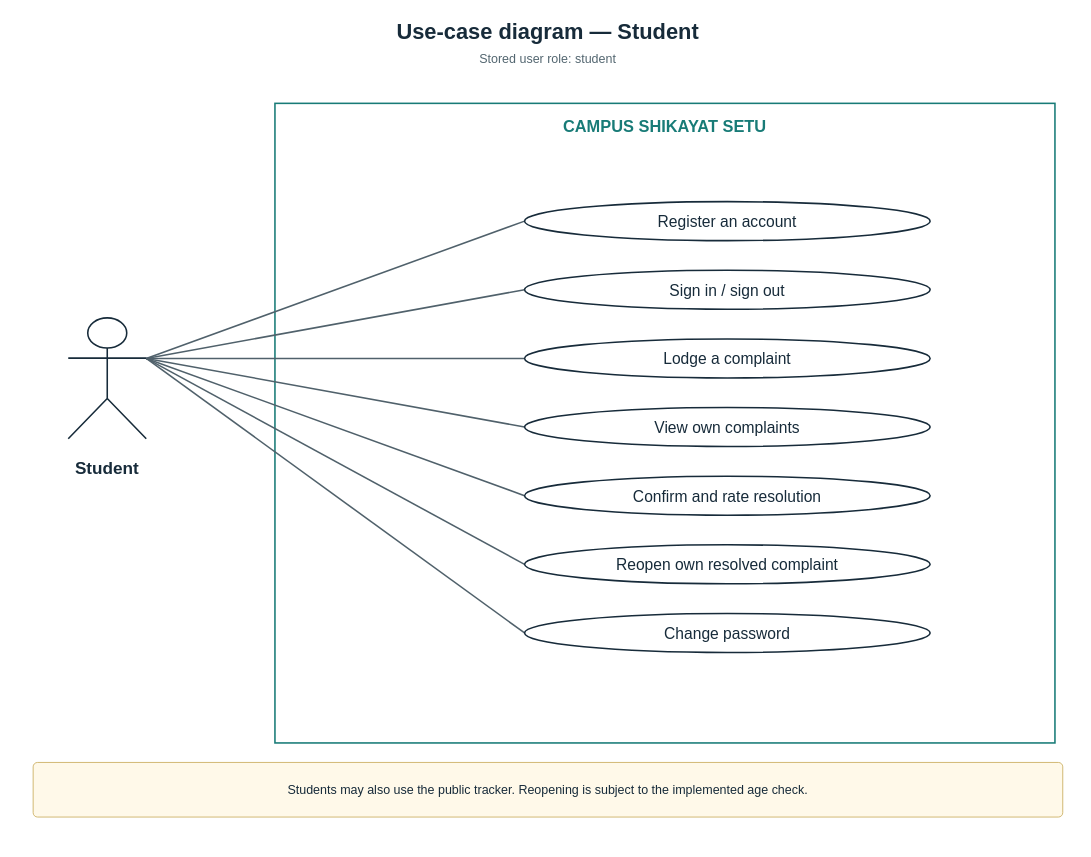
This is page "Student" (1 of 4) of shikayat-setu/report/diagrams/fig-usecase.drawio from Yashwant-git392/Yashwant-git392, a draw.io file, before an edit. Source tidied: cells renumbered, new cells numbered last; positions are measured from the earlier drawing's top-left corner, leaving out a move shared by most shapes. Both pictures are drawn from the tidied source at 78%, with x=0, y=0 at pixel (17, 13).
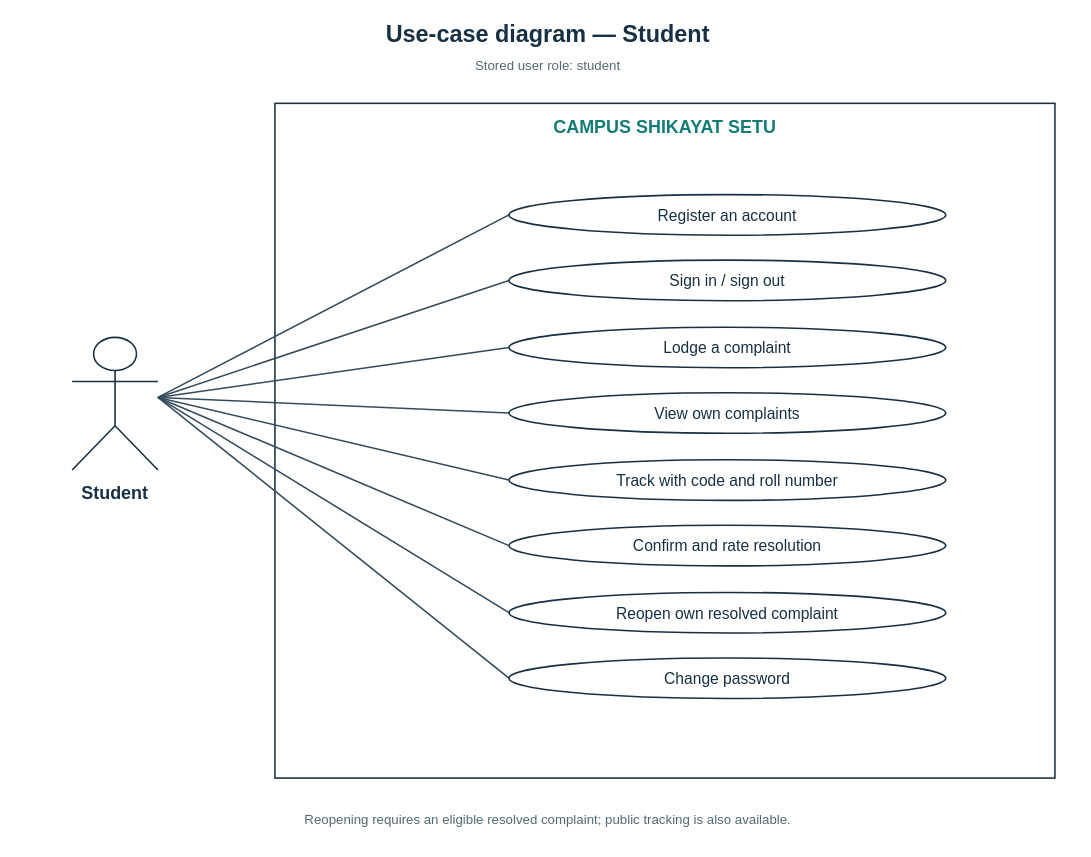
The same page after the edit.

Diff of the diagram source:
```diff
@@
-    <mxCell id="2" value="Use-case diagram — Student" style="text;html=1;align=center;verticalAlign=middle;whiteSpace=wrap;rounded=0;strokeColor=none;fillColor=none;fontFamily=Arial;fontSize=28;fontStyle=1;fontColor=#172b3a;" parent="1" vertex="1">
-      <mxGeometry x="10" width="1340" height="45" as="geometry" />
+    <mxCell id="2" value="Use-case diagram — Student" style="text;html=0;align=center;verticalAlign=middle;whiteSpace=wrap;strokeColor=none;fillColor=none;fontFamily=Arial;fontSize=30;fontColor=#183044;fontStyle=1;" parent="1" vertex="1">
+      <mxGeometry x="10" y="2" width="1340" height="48" as="geometry" />
     </mxCell>
-    <mxCell id="3" value="Stored user role: student" style="text;html=1;align=center;verticalAlign=middle;whiteSpace=wrap;rounded=0;strokeColor=none;fillColor=none;fontFamily=Arial;fontSize=16;fontStyle=0;fontColor=#536670;" parent="1" vertex="1">
-      <mxGeometry x="10" y="43" width="1340" height="30" as="geometry" />
+    <mxCell id="3" value="Stored user role: student" style="text;html=0;align=center;verticalAlign=middle;whiteSpace=wrap;strokeColor=none;fillColor=none;fontFamily=Arial;fontSize=17;fontColor=#536875;fontStyle=0;" parent="1" vertex="1">
+      <mxGeometry x="10" y="52" width="1340" height="32" as="geometry" />
     </mxCell>
-    <mxCell id="4" style="rounded=0;fillColor=#ffffff;strokeColor=#187b77;strokeWidth=2;" parent="1" vertex="1">
-      <mxGeometry x="330" y="115" width="1000" height="820" as="geometry" />
+    <mxCell id="4" style="rounded=0;whiteSpace=wrap;html=0;fillColor=white;strokeColor=#183044;strokeWidth=2;fontFamily=Arial;fontSize=20;fontColor=#183044;fontStyle=0;align=center;verticalAlign=middle;" parent="1" vertex="1">
+      <mxGeometry x="330" y="115" width="1000" height="865" as="geometry" />
     </mxCell>
-    <mxCell id="5" value="CAMPUS SHIKAYAT SETU" style="text;html=1;align=center;verticalAlign=middle;whiteSpace=wrap;rounded=0;strokeColor=none;fillColor=none;fontFamily=Arial;fontSize=21;fontStyle=1;fontColor=#187b77;" parent="1" vertex="1">
-      <mxGeometry x="600" y="126" width="460" height="36" as="geometry" />
+    <mxCell id="5" value="CAMPUS SHIKAYAT SETU" style="text;html=0;align=center;verticalAlign=middle;whiteSpace=wrap;strokeColor=none;fillColor=none;fontFamily=Arial;fontSize=23;fontColor=#147b75;fontStyle=1;" parent="1" vertex="1">
+      <mxGeometry x="490" y="125" width="680" height="40" as="geometry" />
     </mxCell>
-    <mxCell id="6" style="shape=umlActor;html=1;strokeColor=#172b3a;strokeWidth=2;" parent="1" vertex="1">
-      <mxGeometry x="65" y="390" width="100" height="155" as="geometry" />
+    <mxCell id="6" style="shape=umlActor;html=0;fillColor=white;strokeColor=#183044;strokeWidth=2;" parent="1" vertex="1">
+      <mxGeometry x="70" y="415" width="110" height="170" as="geometry" />
     </mxCell>
-    <mxCell id="7" value="Student" style="text;html=1;align=center;verticalAlign=middle;whiteSpace=wrap;rounded=0;strokeColor=none;fillColor=none;fontFamily=Arial;fontSize=22;fontStyle=1;fontColor=#172b3a;" parent="1" vertex="1">
-      <mxGeometry y="565" width="230" height="38" as="geometry" />
+    <mxCell id="7" value="Student" style="text;html=0;align=center;verticalAlign=middle;whiteSpace=wrap;strokeColor=none;fillColor=none;fontFamily=Arial;fontSize=23;fontColor=#183044;fontStyle=1;" parent="1" vertex="1">
+      <mxGeometry x="-5" y="595" width="260" height="40" as="geometry" />
     </mxCell>
-    <mxCell id="8" style="edgeStyle=none;rounded=0;html=1;strokeColor=#50616b;strokeWidth=2;endArrow=none;endFill=1;dashed=0;" parent="1" edge="1">
+    <mxCell id="8" style="edgeStyle=none;rounded=0;strokeColor=#344b5c;strokeWidth=2;endArrow=none;endFill=0;dashed=0;" parent="1" edge="1">
       <mxGeometry relative="1" as="geometry">
-        <mxPoint x="165" y="442" as="sourcePoint" />
-        <mxPoint x="650" y="266" as="targetPoint" />
+        <mxPoint x="180" y="492" as="sourcePoint" />
+        <mxPoint x="630" y="258" as="targetPoint" />
       </mxGeometry>
     </mxCell>
-    <mxCell id="9" value="Register an account" style="ellipse;whiteSpace=wrap;html=1;fillColor=#ffffff;strokeColor=#172b3a;strokeWidth=2;fontFamily=Arial;fontSize=20;fontColor=#172b3a;" parent="1" vertex="1">
-      <mxGeometry x="650" y="241" width="520" height="50" as="geometry" />
+    <mxCell id="9" value="Register an account" style="ellipse;whiteSpace=wrap;html=0;fillColor=white;strokeColor=#183044;strokeWidth=2;fontFamily=Arial;fontSize=20;fontColor=#183044;fontStyle=0;align=center;verticalAlign=middle;" parent="1" vertex="1">
+      <mxGeometry x="630" y="232" width="560" height="52" as="geometry" />
     </mxCell>
-    <mxCell id="10" style="edgeStyle=none;rounded=0;html=1;strokeColor=#50616b;strokeWidth=2;endArrow=none;endFill=1;dashed=0;" parent="1" edge="1">
+    <mxCell id="10" style="edgeStyle=none;rounded=0;strokeColor=#344b5c;strokeWidth=2;endArrow=none;endFill=0;dashed=0;" parent="1" edge="1">
       <mxGeometry relative="1" as="geometry">
-        <mxPoint x="165" y="442" as="sourcePoint" />
-        <mxPoint x="650" y="354" as="targetPoint" />
+        <mxPoint x="180" y="492" as="sourcePoint" />
+        <mxPoint x="630" y="342" as="targetPoint" />
       </mxGeometry>
     </mxCell>
-    <mxCell id="11" value="Sign in / sign out" style="ellipse;whiteSpace=wrap;html=1;fillColor=#ffffff;strokeColor=#172b3a;strokeWidth=2;fontFamily=Arial;fontSize=20;fontColor=#172b3a;" parent="1" vertex="1">
-      <mxGeometry x="650" y="329" width="520" height="50" as="geometry" />
+    <mxCell id="11" value="Sign in / sign out" style="ellipse;whiteSpace=wrap;html=0;fillColor=white;strokeColor=#183044;strokeWidth=2;fontFamily=Arial;fontSize=20;fontColor=#183044;fontStyle=0;align=center;verticalAlign=middle;" parent="1" vertex="1">
+      <mxGeometry x="630" y="316" width="560" height="52" as="geometry" />
     </mxCell>
-    <mxCell id="12" style="edgeStyle=none;rounded=0;html=1;strokeColor=#50616b;strokeWidth=2;endArrow=none;endFill=1;dashed=0;" parent="1" edge="1">
+    <mxCell id="12" style="edgeStyle=none;rounded=0;strokeColor=#344b5c;strokeWidth=2;endArrow=none;endFill=0;dashed=0;" parent="1" edge="1">
       <mxGeometry relative="1" as="geometry">
-        <mxPoint x="165" y="442" as="sourcePoint" />
-        <mxPoint x="650" y="442" as="targetPoint" />
+        <mxPoint x="180" y="492" as="sourcePoint" />
+        <mxPoint x="630" y="428" as="targetPoint" />
       </mxGeometry>
     </mxCell>
-    <mxCell id="13" value="Lodge a complaint" style="ellipse;whiteSpace=wrap;html=1;fillColor=#ffffff;strokeColor=#172b3a;strokeWidth=2;fontFamily=Arial;fontSize=20;fontColor=#172b3a;" parent="1" vertex="1">
-      <mxGeometry x="650" y="417" width="520" height="50" as="geometry" />
+    <mxCell id="13" value="Lodge a complaint" style="ellipse;whiteSpace=wrap;html=0;fillColor=white;strokeColor=#183044;strokeWidth=2;fontFamily=Arial;fontSize=20;fontColor=#183044;fontStyle=0;align=center;verticalAlign=middle;" parent="1" vertex="1">
+      <mxGeometry x="630" y="402" width="560" height="52" as="geometry" />
     </mxCell>
-    <mxCell id="14" style="edgeStyle=none;rounded=0;html=1;strokeColor=#50616b;strokeWidth=2;endArrow=none;endFill=1;dashed=0;" parent="1" edge="1">
+    <mxCell id="14" style="edgeStyle=none;rounded=0;strokeColor=#344b5c;strokeWidth=2;endArrow=none;endFill=0;dashed=0;" parent="1" edge="1">
       <mxGeometry relative="1" as="geometry">
-        <mxPoint x="165" y="442" as="sourcePoint" />
-        <mxPoint x="650" y="530" as="targetPoint" />
+        <mxPoint x="180" y="492" as="sourcePoint" />
+        <mxPoint x="630" y="512" as="targetPoint" />
       </mxGeometry>
     </mxCell>
-    <mxCell id="15" value="View own complaints" style="ellipse;whiteSpace=wrap;html=1;fillColor=#ffffff;strokeColor=#172b3a;strokeWidth=2;fontFamily=Arial;fontSize=20;fontColor=#172b3a;" parent="1" vertex="1">
-      <mxGeometry x="650" y="505" width="520" height="50" as="geometry" />
+    <mxCell id="15" value="View own complaints" style="ellipse;whiteSpace=wrap;html=0;fillColor=white;strokeColor=#183044;strokeWidth=2;fontFamily=Arial;fontSize=20;fontColor=#183044;fontStyle=0;align=center;verticalAlign=middle;" parent="1" vertex="1">
+      <mxGeometry x="630" y="486" width="560" height="52" as="geometry" />
     </mxCell>
-    <mxCell id="16" style="edgeStyle=none;rounded=0;html=1;strokeColor=#50616b;strokeWidth=2;endArrow=none;endFill=1;dashed=0;" parent="1" edge="1">
+    <mxCell id="16" style="edgeStyle=none;rounded=0;strokeColor=#344b5c;strokeWidth=2;endArrow=none;endFill=0;dashed=0;" parent="1" edge="1">
       <mxGeometry relative="1" as="geometry">
-        <mxPoint x="165" y="442" as="sourcePoint" />
-        <mxPoint x="650" y="618" as="targetPoint" />
+        <mxPoint x="180" y="492" as="sourcePoint" />
+        <mxPoint x="630" y="598" as="targetPoint" />
       </mxGeometry>
     </mxCell>
-    <mxCell id="17" value="Confirm and rate resolution" style="ellipse;whiteSpace=wrap;html=1;fillColor=#ffffff;strokeColor=#172b3a;strokeWidth=2;fontFamily=Arial;fontSize=20;fontColor=#172b3a;" parent="1" vertex="1">
-      <mxGeometry x="650" y="593" width="520" height="50" as="geometry" />
+    <mxCell id="17" value="Track with code and roll number" style="ellipse;whiteSpace=wrap;html=0;fillColor=white;strokeColor=#183044;strokeWidth=2;fontFamily=Arial;fontSize=20;fontColor=#183044;fontStyle=0;align=center;verticalAlign=middle;" parent="1" vertex="1">
+      <mxGeometry x="630" y="572" width="560" height="52" as="geometry" />
     </mxCell>
-    <mxCell id="18" style="edgeStyle=none;rounded=0;html=1;strokeColor=#50616b;strokeWidth=2;endArrow=none;endFill=1;dashed=0;" parent="1" edge="1">
+    <mxCell id="18" style="edgeStyle=none;rounded=0;strokeColor=#344b5c;strokeWidth=2;endArrow=none;endFill=0;dashed=0;" parent="1" edge="1">
       <mxGeometry relative="1" as="geometry">
-        <mxPoint x="165" y="442" as="sourcePoint" />
-        <mxPoint x="650" y="706" as="targetPoint" />
+        <mxPoint x="180" y="492" as="sourcePoint" />
+        <mxPoint x="630" y="682" as="targetPoint" />
       </mxGeometry>
     </mxCell>
-    <mxCell id="19" value="Reopen own resolved complaint" style="ellipse;whiteSpace=wrap;html=1;fillColor=#ffffff;strokeColor=#172b3a;strokeWidth=2;fontFamily=Arial;fontSize=20;fontColor=#172b3a;" parent="1" vertex="1">
-      <mxGeometry x="650" y="681" width="520" height="50" as="geometry" />
+    <mxCell id="19" value="Confirm and rate resolution" style="ellipse;whiteSpace=wrap;html=0;fillColor=white;strokeColor=#183044;strokeWidth=2;fontFamily=Arial;fontSize=20;fontColor=#183044;fontStyle=0;align=center;verticalAlign=middle;" parent="1" vertex="1">
+      <mxGeometry x="630" y="656" width="560" height="52" as="geometry" />
     </mxCell>
-    <mxCell id="20" style="edgeStyle=none;rounded=0;html=1;strokeColor=#50616b;strokeWidth=2;endArrow=none;endFill=1;dashed=0;" parent="1" edge="1">
+    <mxCell id="20" style="edgeStyle=none;rounded=0;strokeColor=#344b5c;strokeWidth=2;endArrow=none;endFill=0;dashed=0;" parent="1" edge="1">
       <mxGeometry relative="1" as="geometry">
-        <mxPoint x="165" y="442" as="sourcePoint" />
-        <mxPoint x="650" y="794" as="targetPoint" />
+        <mxPoint x="180" y="492" as="sourcePoint" />
+        <mxPoint x="630" y="768" as="targetPoint" />
       </mxGeometry>
     </mxCell>
-    <mxCell id="21" value="Change password" style="ellipse;whiteSpace=wrap;html=1;fillColor=#ffffff;strokeColor=#172b3a;strokeWidth=2;fontFamily=Arial;fontSize=20;fontColor=#172b3a;" parent="1" vertex="1">
-      <mxGeometry x="650" y="769" width="520" height="50" as="geometry" />
+    <mxCell id="21" value="Reopen own resolved complaint" style="ellipse;whiteSpace=wrap;html=0;fillColor=white;strokeColor=#183044;strokeWidth=2;fontFamily=Arial;fontSize=20;fontColor=#183044;fontStyle=0;align=center;verticalAlign=middle;" parent="1" vertex="1">
+      <mxGeometry x="630" y="742" width="560" height="52" as="geometry" />
     </mxCell>
-    <mxCell id="22" value="Students may also use the public tracker. Reopening is subject to the implemented age check." style="rounded=1;arcSize=8;whiteSpace=wrap;html=1;fillColor=#fff9e9;strokeColor=#c6a650;fontFamily=Arial;fontSize=16;fontColor=#172b3a;spacing=8;" parent="1" vertex="1">
-      <mxGeometry x="20" y="960" width="1320" height="70" as="geometry" />
+    <mxCell id="22" style="edgeStyle=none;rounded=0;strokeColor=#344b5c;strokeWidth=2;endArrow=none;endFill=0;dashed=0;" parent="1" edge="1">
+      <mxGeometry relative="1" as="geometry">
+        <mxPoint x="180" y="492" as="sourcePoint" />
+        <mxPoint x="630" y="852" as="targetPoint" />
+      </mxGeometry>
     </mxCell>
+    <mxCell id="23" value="Change password" style="ellipse;whiteSpace=wrap;html=0;fillColor=white;strokeColor=#183044;strokeWidth=2;fontFamily=Arial;fontSize=20;fontColor=#183044;fontStyle=0;align=center;verticalAlign=middle;" parent="1" vertex="1">
+      <mxGeometry x="630" y="826" width="560" height="52" as="geometry" />
+    </mxCell>
+    <mxCell id="24" value="Reopening requires an eligible resolved complaint; public tracking is also available." style="text;html=0;align=center;verticalAlign=middle;whiteSpace=wrap;strokeColor=none;fillColor=none;fontFamily=Arial;fontSize=17;fontColor=#536875;fontStyle=0;" parent="1" vertex="1">
+      <mxGeometry y="1005" width="1360" height="60" as="geometry" />
+    </mxCell>
```
